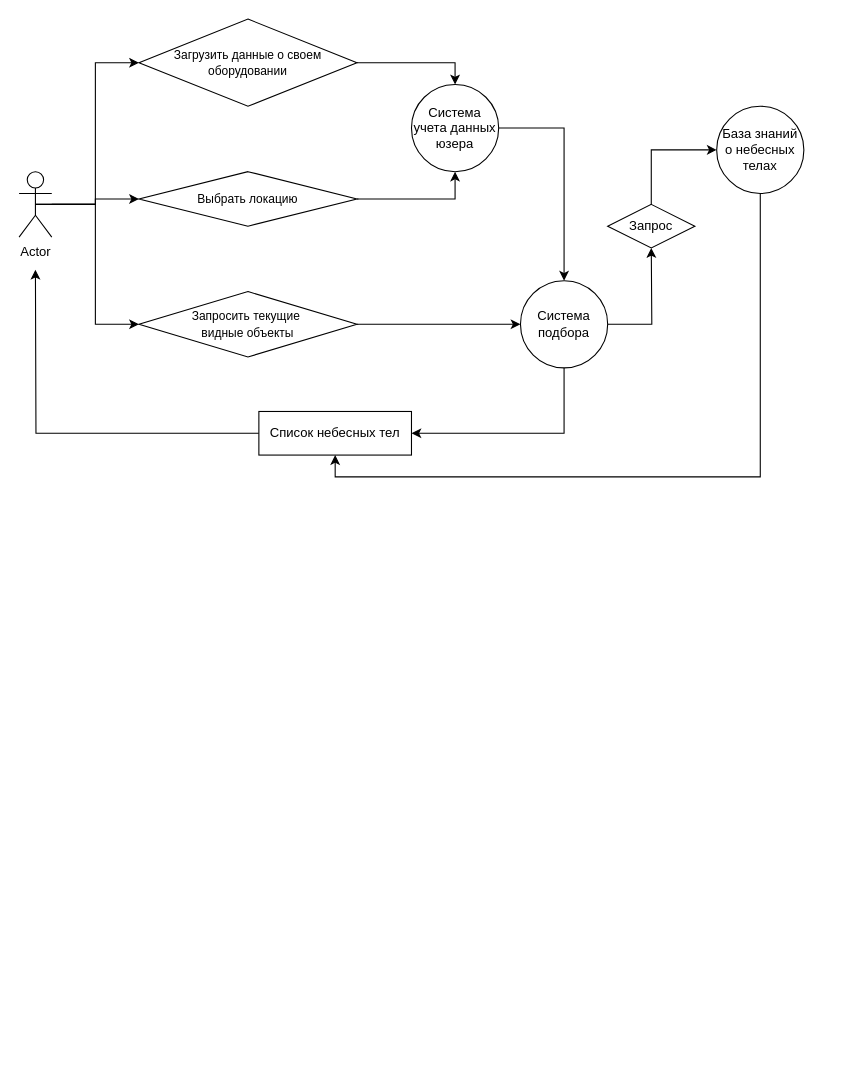
Earlier version of the draw.io diagram useCaseDiagram.drawio (EchoPr/mipt-db-autumn). Source tidied: cells renumbered, new cells numbered last; positions are measured from the earlier drawing's top-left corner, leaving out a move shared by most shapes. Both pictures are drawn from the tidied source at 109%, with x=0, y=0 at pixel (19, 19).
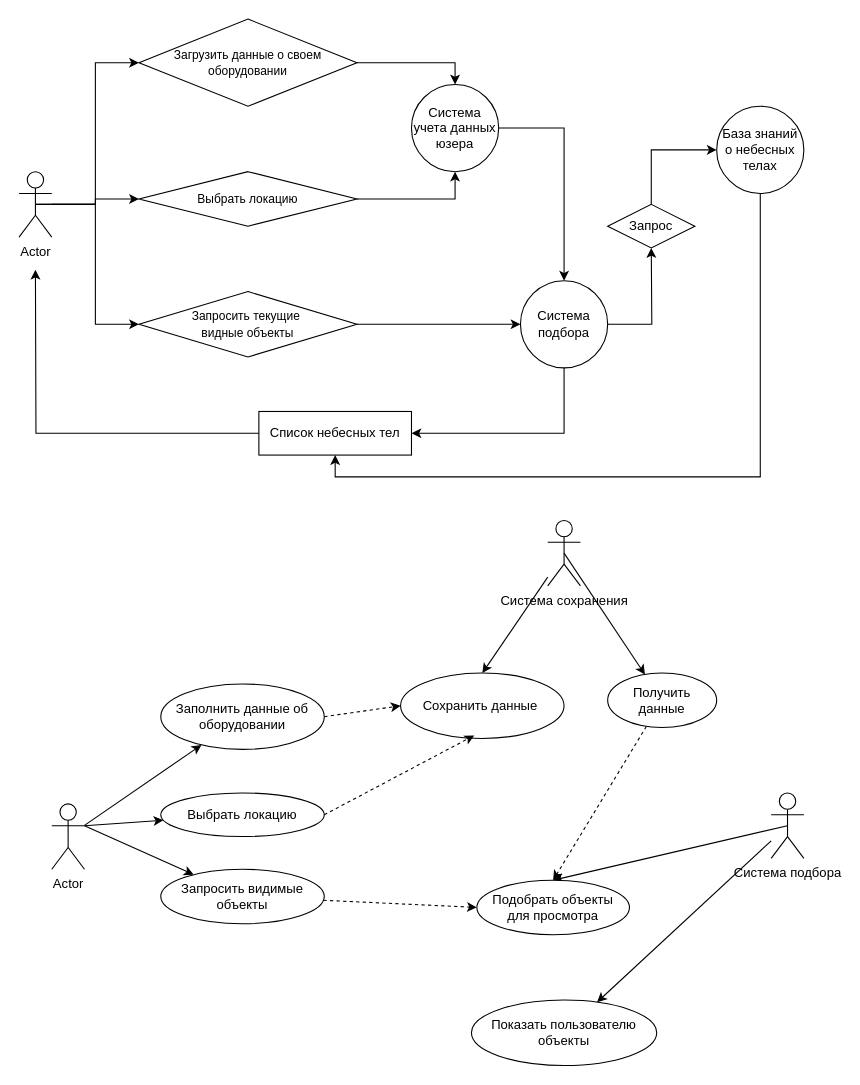
After the change.

Diff of the diagram source:
```diff
@@
+    <mxCell id="23" value="Actor" style="shape=umlActor;verticalLabelPosition=bottom;verticalAlign=top;html=1;outlineConnect=0;" parent="1" vertex="1">
+      <mxGeometry x="30" y="720" width="30" height="60" as="geometry" />
+    </mxCell>
+    <mxCell id="24" style="endArrow=classic;html=1;rounded=0;" parent="1" edge="1" source="23" target="25">
+      <mxGeometry relative="1" as="geometry" />
+    </mxCell>
+    <mxCell id="25" value="Заполнить данные об оборудовании" style="ellipse;whiteSpace=wrap;html=1;" parent="1" vertex="1">
+      <mxGeometry x="130" y="610" width="150" height="60" as="geometry" />
+    </mxCell>
+    <mxCell id="26" style="endArrow=classic;html=1;rounded=0;exitX=1;exitY=0.3333333333333333;exitDx=0;exitDy=0;exitPerimeter=0;" parent="1" edge="1" source="23" target="27">
+      <mxGeometry relative="1" as="geometry" />
+    </mxCell>
+    <mxCell id="27" value="Выбрать локацию" style="ellipse;whiteSpace=wrap;html=1;" parent="1" vertex="1">
+      <mxGeometry x="130" y="710" width="150" height="40" as="geometry" />
+    </mxCell>
+    <mxCell id="28" style="endArrow=classic;html=1;rounded=0;exitX=1;exitY=0.3333333333333333;exitDx=0;exitDy=0;exitPerimeter=0;" parent="1" edge="1" source="23" target="30">
+      <mxGeometry relative="1" as="geometry" />
+    </mxCell>
+    <mxCell id="29" style="rounded=0;jettySize=auto;html=1;entryX=0;entryY=0.5;entryDx=0;entryDy=0;dashed=1;" parent="1" edge="1" source="30" target="39">
+      <mxGeometry relative="1" as="geometry" />
+    </mxCell>
+    <mxCell id="30" value="Запросить видимые объекты" style="ellipse;whiteSpace=wrap;html=1;" parent="1" vertex="1">
+      <mxGeometry x="130" y="780" width="150" height="50" as="geometry" />
+    </mxCell>
+    <mxCell id="31" value="Сохранить данные&amp;nbsp;" style="ellipse;whiteSpace=wrap;html=1;" parent="1" vertex="1">
+      <mxGeometry x="350" y="600" width="150" height="60" as="geometry" />
+    </mxCell>
+    <mxCell id="32" style="rounded=0;jettySize=auto;html=1;exitX=0.5;exitY=0.5;exitDx=0;exitDy=0;exitPerimeter=0;" parent="1" edge="1" source="33" target="41">
+      <mxGeometry relative="1" as="geometry" />
+    </mxCell>
+    <mxCell id="33" value="Система сохранения" style="shape=umlActor;verticalLabelPosition=bottom;verticalAlign=top;html=1;outlineConnect=0;" parent="1" vertex="1">
+      <mxGeometry x="485" y="460" width="30" height="60" as="geometry" />
+    </mxCell>
+    <mxCell id="34" style="endArrow=classic;html=1;rounded=0;entryX=0.5;entryY=0;entryDx=0;entryDy=0;" parent="1" edge="1" source="33" target="31">
+      <mxGeometry relative="1" as="geometry" />
+    </mxCell>
+    <mxCell id="35" style="endArrow=classic;html=1;rounded=0;exitX=1;exitY=0.5;exitDx=0;exitDy=0;entryX=0;entryY=0.5;entryDx=0;entryDy=0;dashed=1;" parent="1" edge="1" source="25" target="31">
+      <mxGeometry relative="1" as="geometry" />
+    </mxCell>
+    <mxCell id="36" style="rounded=0;jettySize=auto;html=1;exitX=1;exitY=0.5;exitDx=0;exitDy=0;entryX=0.451;entryY=0.953;entryDx=0;entryDy=0;entryPerimeter=0;dashed=1;" parent="1" edge="1" source="27" target="31">
+      <mxGeometry relative="1" as="geometry" />
+    </mxCell>
+    <mxCell id="37" style="rounded=0;jettySize=auto;html=1;exitX=0.5;exitY=0.5;exitDx=0;exitDy=0;exitPerimeter=0;entryX=0.5;entryY=0;entryDx=0;entryDy=0;" parent="1" edge="1" source="38" target="39">
+      <mxGeometry relative="1" as="geometry" />
+    </mxCell>
+    <mxCell id="38" value="Система подбора" style="shape=umlActor;verticalLabelPosition=bottom;verticalAlign=top;html=1;outlineConnect=0;" parent="1" vertex="1">
+      <mxGeometry x="690" y="710" width="30" height="60" as="geometry" />
+    </mxCell>
+    <mxCell id="39" value="Подобрать объекты&lt;div&gt;для просмотра&lt;/div&gt;" style="ellipse;whiteSpace=wrap;html=1;" parent="1" vertex="1">
+      <mxGeometry x="420" y="790" width="140" height="50" as="geometry" />
+    </mxCell>
+    <mxCell id="40" style="rounded=0;jettySize=auto;html=1;entryX=0.5;entryY=0;entryDx=0;entryDy=0;dashed=1;" parent="1" edge="1" source="41" target="39">
+      <mxGeometry relative="1" as="geometry" />
+    </mxCell>
+    <mxCell id="41" value="Получить данные" style="ellipse;whiteSpace=wrap;html=1;" parent="1" vertex="1">
+      <mxGeometry x="540" y="600" width="100" height="50" as="geometry" />
+    </mxCell>
+    <mxCell id="42" value="Показать пользователю объекты" style="ellipse;whiteSpace=wrap;html=1;" parent="1" vertex="1">
+      <mxGeometry x="415" y="900" width="170" height="60" as="geometry" />
+    </mxCell>
+    <mxCell id="43" style="endArrow=classic;html=1;rounded=0;" parent="1" edge="1" source="38" target="42">
+      <mxGeometry relative="1" as="geometry" />
+    </mxCell>
```
